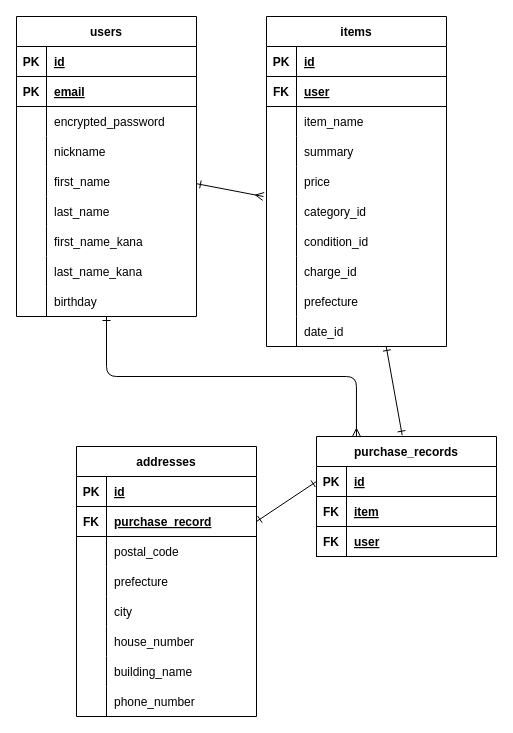
Before: database.dio in nikuman-610/furima-41637, a draw.io diagram. Source tidied: cells renumbered, new cells numbered last; positions are measured from the earlier drawing's top-left corner, leaving out a move shared by most shapes. Both pictures are drawn from the tidied source at 100%, with x=0, y=0 at pixel (16, 16).
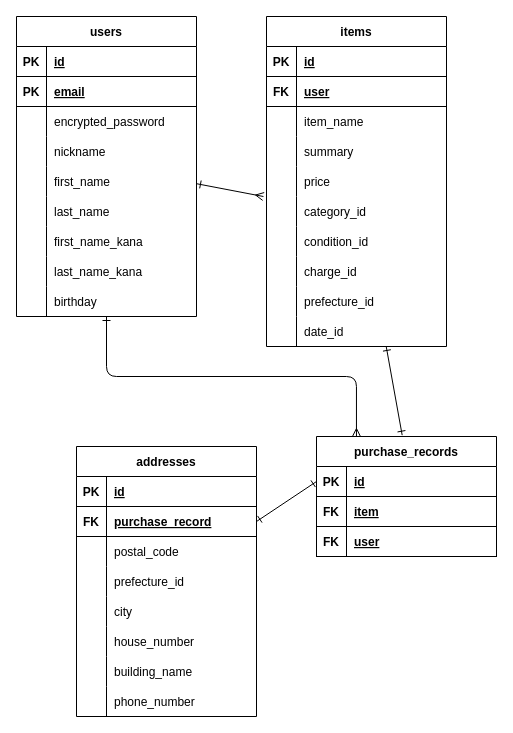
After the change.

Commit message (it also covers changes not shown here):
データベース設計_修正

Unchanged cells that the change refers to:
```xml
<mxCell id="68" style="shape=tableRow;horizontal=0;startSize=0;swimlaneHead=0;swimlaneBody=0;fillColor=none;top=0;left=0;right=0;bottom=0;" parent="43" vertex="1">
  <mxGeometry y="270" width="180" height="30" as="geometry" />
</mxCell>
<mxCell id="86" style="shape=tableRow;horizontal=0;startSize=0;swimlaneHead=0;swimlaneBody=0;fillColor=none;top=0;left=0;right=0;bottom=0;" parent="76" vertex="1">
  <mxGeometry y="120" width="180" height="30" as="geometry" />
</mxCell>
```

The edit, as a diff of the source:
```diff
@@
-    <mxCell id="70" value="prefecture" style="shape=partialRectangle;fillColor=none;top=0;left=0;bottom=0;right=0;align=left;spacingLeft=6;overflow=hidden;" parent="68" vertex="1">
+    <mxCell id="70" value="prefecture_id" style="shape=partialRectangle;fillColor=none;top=0;left=0;bottom=0;right=0;align=left;spacingLeft=6;overflow=hidden;" parent="68" vertex="1">
       <mxGeometry x="30" width="150" height="30" as="geometry" />
     </mxCell>
@@
-    <mxCell id="88" value="prefecture" style="shape=partialRectangle;fillColor=none;top=0;left=0;bottom=0;right=0;align=left;spacingLeft=6;overflow=hidden;" parent="86" vertex="1">
+    <mxCell id="88" value="prefecture_id" style="shape=partialRectangle;fillColor=none;top=0;left=0;bottom=0;right=0;align=left;spacingLeft=6;overflow=hidden;" parent="86" vertex="1">
       <mxGeometry x="30" width="150" height="30" as="geometry" />
     </mxCell>
```
